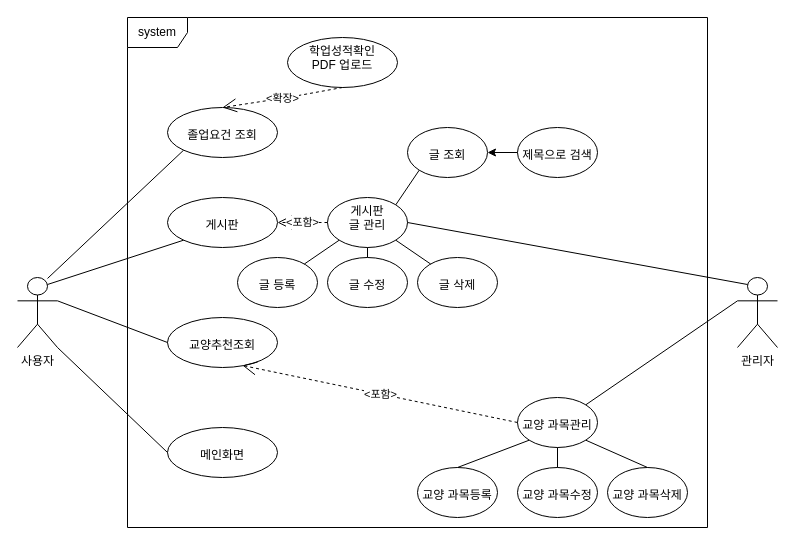
Graduate-Ok/Graduation-Okay- keeps this draw.io diagram as 회의록/220429/usecase.drawio. Above is the earlier version. Source tidied: cells renumbered, new cells numbered last; positions are measured from the earlier drawing's top-left corner, leaving out a move shared by most shapes. Both pictures are drawn from the tidied source at 100%, with x=0, y=0 at pixel (17, 17).
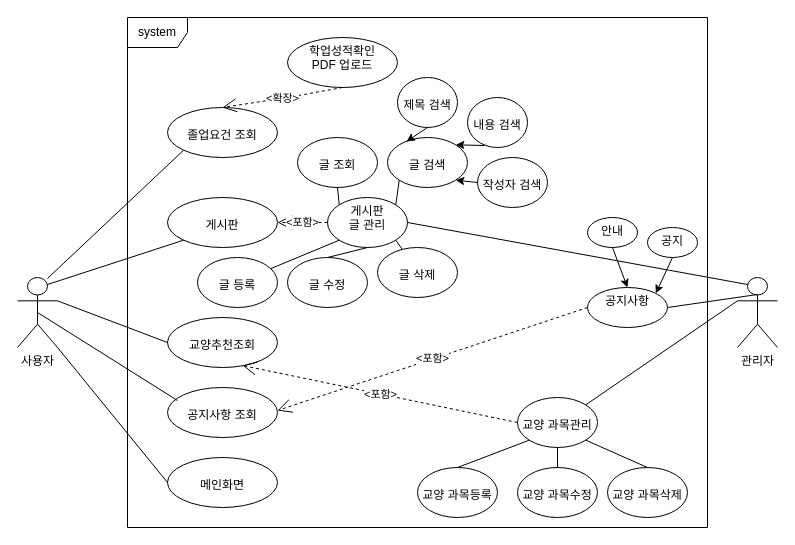
The same page after the edit.

The change refers to these unchanged cells:
```xml
<mxCell id="3" value="사용자&lt;br&gt;" style="shape=umlActor;verticalLabelPosition=bottom;verticalAlign=top;html=1;fontStyle=0;direction=east;flipH=0;flipV=0;" parent="1" vertex="1">
  <mxGeometry y="260" width="40" height="70" as="geometry" />
</mxCell>
<mxCell id="24" value="게시판 &lt;br&gt;글 관리" style="ellipse;whiteSpace=wrap;html=1;verticalAlign=top;fontStyle=0;" parent="1" vertex="1">
  <mxGeometry x="310" y="180" width="80" height="50" as="geometry" />
</mxCell>
```

The edit, as a diff of the source:
```diff
@@
     <mxCell id="7" value="&lt;br&gt;메인화면" style="ellipse;whiteSpace=wrap;html=1;verticalAlign=top;fontStyle=0;" parent="1" vertex="1">
-      <mxGeometry x="150" y="410" width="110" height="50" as="geometry" />
+      <mxGeometry x="150" y="440" width="110" height="50" as="geometry" />
     </mxCell>
@@
     <mxCell id="26" value="&lt;br&gt;글 등록" style="ellipse;whiteSpace=wrap;html=1;verticalAlign=top;fontStyle=0;" parent="1" vertex="1">
-      <mxGeometry x="220" y="240" width="80" height="50" as="geometry" />
+      <mxGeometry x="180" y="240" width="80" height="50" as="geometry" />
     </mxCell>
     <mxCell id="27" value="&lt;br&gt;글 삭제" style="ellipse;whiteSpace=wrap;html=1;verticalAlign=top;fontStyle=0;" parent="1" vertex="1">
-      <mxGeometry x="400" y="240" width="80" height="50" as="geometry" />
+      <mxGeometry x="360" y="230" width="80" height="50" as="geometry" />
     </mxCell>
     <mxCell id="28" value="&lt;br&gt;글 수정" style="ellipse;whiteSpace=wrap;html=1;verticalAlign=top;fontStyle=0;" parent="1" vertex="1">
-      <mxGeometry x="310" y="240" width="80" height="50" as="geometry" />
+      <mxGeometry x="270" y="240" width="80" height="50" as="geometry" />
     </mxCell>
@@
-    <mxCell id="33" value="&lt;br&gt;글 조회" style="ellipse;whiteSpace=wrap;html=1;verticalAlign=top;fontStyle=0;" parent="1" vertex="1">
-      <mxGeometry x="390" y="110" width="80" height="50" as="geometry" />
+    <mxCell id="33" value="&lt;br&gt;글 검색" style="ellipse;whiteSpace=wrap;html=1;verticalAlign=top;fontStyle=0;" parent="1" vertex="1">
+      <mxGeometry x="370" y="120" width="80" height="50" as="geometry" />
     </mxCell>
@@
-    <mxCell id="35" value="&lt;br&gt;제목으로 검색" style="ellipse;whiteSpace=wrap;html=1;verticalAlign=top;fontStyle=0;" parent="1" vertex="1">
-      <mxGeometry x="500" y="110" width="80" height="50" as="geometry" />
+    <mxCell id="35" value="&lt;br&gt;제목&amp;nbsp;검색" style="ellipse;whiteSpace=wrap;html=1;verticalAlign=top;fontStyle=0;" parent="1" vertex="1">
+      <mxGeometry x="380" y="60" width="60" height="50" as="geometry" />
     </mxCell>
-    <mxCell id="36" style="endArrow=classic;html=1;rounded=0;exitX=0;exitY=0.5;exitDx=0;exitDy=0;entryX=1;entryY=0.5;entryDx=0;entryDy=0;" parent="1" edge="1" source="35" target="33">
+    <mxCell id="36" style="endArrow=classic;html=1;rounded=0;exitX=0.5;exitY=1;exitDx=0;exitDy=0;entryX=0.238;entryY=0.08;entryDx=0;entryDy=0;entryPerimeter=0;" parent="1" edge="1" source="35" target="33">
       <mxGeometry relative="1" as="geometry" />
     </mxCell>
+    <mxCell id="37" value="공지사항" style="ellipse;whiteSpace=wrap;html=1;verticalAlign=top;fontStyle=0;" parent="1" vertex="1">
+      <mxGeometry x="570" y="270" width="80" height="40" as="geometry" />
+    </mxCell>
+    <mxCell id="38" value="&lt;br&gt;글 조회" style="ellipse;whiteSpace=wrap;html=1;verticalAlign=top;fontStyle=0;" parent="1" vertex="1">
+      <mxGeometry x="280" y="120" width="80" height="50" as="geometry" />
+    </mxCell>
+    <mxCell id="39" style="endArrow=none;html=1;rounded=0;exitX=0;exitY=0;exitDx=0;exitDy=0;entryX=0.5;entryY=1;entryDx=0;entryDy=0;" parent="1" edge="1" source="24" target="38">
+      <mxGeometry relative="1" as="geometry" />
+    </mxCell>
+    <mxCell id="40" value="&lt;br&gt;내용 검색" style="ellipse;whiteSpace=wrap;html=1;verticalAlign=top;fontStyle=0;" parent="1" vertex="1">
+      <mxGeometry x="450" y="80" width="60" height="50" as="geometry" />
+    </mxCell>
+    <mxCell id="41" value="&lt;br&gt;작성자 검색" style="ellipse;whiteSpace=wrap;html=1;verticalAlign=top;fontStyle=0;" parent="1" vertex="1">
+      <mxGeometry x="460" y="140" width="70" height="50" as="geometry" />
+    </mxCell>
+    <mxCell id="42" style="endArrow=classic;html=1;rounded=0;exitX=0.283;exitY=0.96;exitDx=0;exitDy=0;entryX=1;entryY=0;entryDx=0;entryDy=0;exitPerimeter=0;" parent="1" edge="1" source="40" target="33">
+      <mxGeometry relative="1" as="geometry" />
+    </mxCell>
+    <mxCell id="43" style="endArrow=classic;html=1;rounded=0;exitX=0;exitY=0.5;exitDx=0;exitDy=0;entryX=1;entryY=1;entryDx=0;entryDy=0;" parent="1" edge="1" source="41" target="33">
+      <mxGeometry relative="1" as="geometry" />
+    </mxCell>
+    <mxCell id="44" value="공지" style="ellipse;whiteSpace=wrap;html=1;verticalAlign=top;fontStyle=0;" parent="1" vertex="1">
+      <mxGeometry x="630" y="210" width="50" height="30" as="geometry" />
+    </mxCell>
+    <mxCell id="45" value="안내&lt;br&gt;" style="ellipse;whiteSpace=wrap;html=1;verticalAlign=top;fontStyle=0;" parent="1" vertex="1">
+      <mxGeometry x="570" y="200" width="50" height="30" as="geometry" />
+    </mxCell>
+    <mxCell id="46" style="endArrow=classic;html=1;rounded=0;exitX=0.5;exitY=1;exitDx=0;exitDy=0;entryX=0.5;entryY=0;entryDx=0;entryDy=0;" parent="1" edge="1" source="45" target="37">
+      <mxGeometry relative="1" as="geometry" />
+    </mxCell>
+    <mxCell id="47" style="endArrow=classic;html=1;rounded=0;exitX=0.5;exitY=1;exitDx=0;exitDy=0;entryX=1;entryY=0;entryDx=0;entryDy=0;" parent="1" edge="1" source="44" target="37">
+      <mxGeometry relative="1" as="geometry" />
+    </mxCell>
+    <mxCell id="48" style="endArrow=none;html=1;rounded=0;exitX=1;exitY=0.5;exitDx=0;exitDy=0;entryX=0.25;entryY=0.1;entryDx=0;entryDy=0;entryPerimeter=0;" parent="1" edge="1" source="37">
+      <mxGeometry relative="1" as="geometry">
+        <mxPoint x="740" y="277" as="targetPoint" />
+      </mxGeometry>
+    </mxCell>
+    <mxCell id="49" value="&lt;br&gt;공지사항 조회" style="ellipse;whiteSpace=wrap;html=1;verticalAlign=top;fontStyle=0;" parent="1" vertex="1">
+      <mxGeometry x="150" y="370" width="110" height="50" as="geometry" />
+    </mxCell>
+    <mxCell id="50" value="&amp;lt;포함&amp;gt;" style="endArrow=open;endSize=12;dashed=1;html=1;rounded=0;exitX=0;exitY=0.5;exitDx=0;exitDy=0;" parent="1" edge="1" source="37">
+      <mxGeometry relative="1" as="geometry">
+        <mxPoint x="260" y="393" as="targetPoint" />
+      </mxGeometry>
+    </mxCell>
+    <mxCell id="51" style="endArrow=none;html=1;rounded=0;exitX=0.5;exitY=0.5;exitDx=0;exitDy=0;exitPerimeter=0;entryX=0.091;entryY=0.26;entryDx=0;entryDy=0;entryPerimeter=0;" parent="1" edge="1" source="3" target="49">
+      <mxGeometry relative="1" as="geometry" />
+    </mxCell>
```
